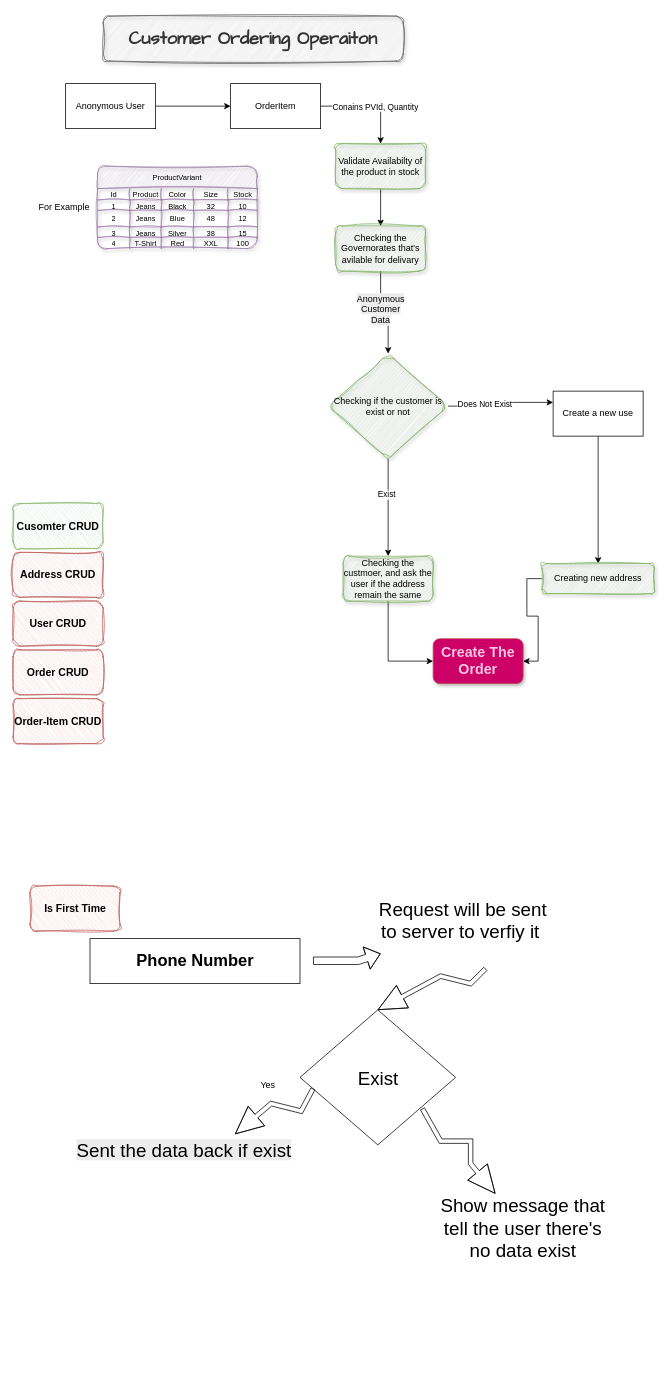
MustaphaAlaa/Kemet keeps this draw.io diagram as page "Page-8" (8 of 8) of Kemet.drawio. Above is the earlier version. Source tidied: cells renumbered, new cells numbered last; positions are measured from the earlier drawing's top-left corner, leaving out a move shared by most shapes. Both pictures are drawn from the tidied source at 75%, with x=0, y=0 at pixel (13, 16).
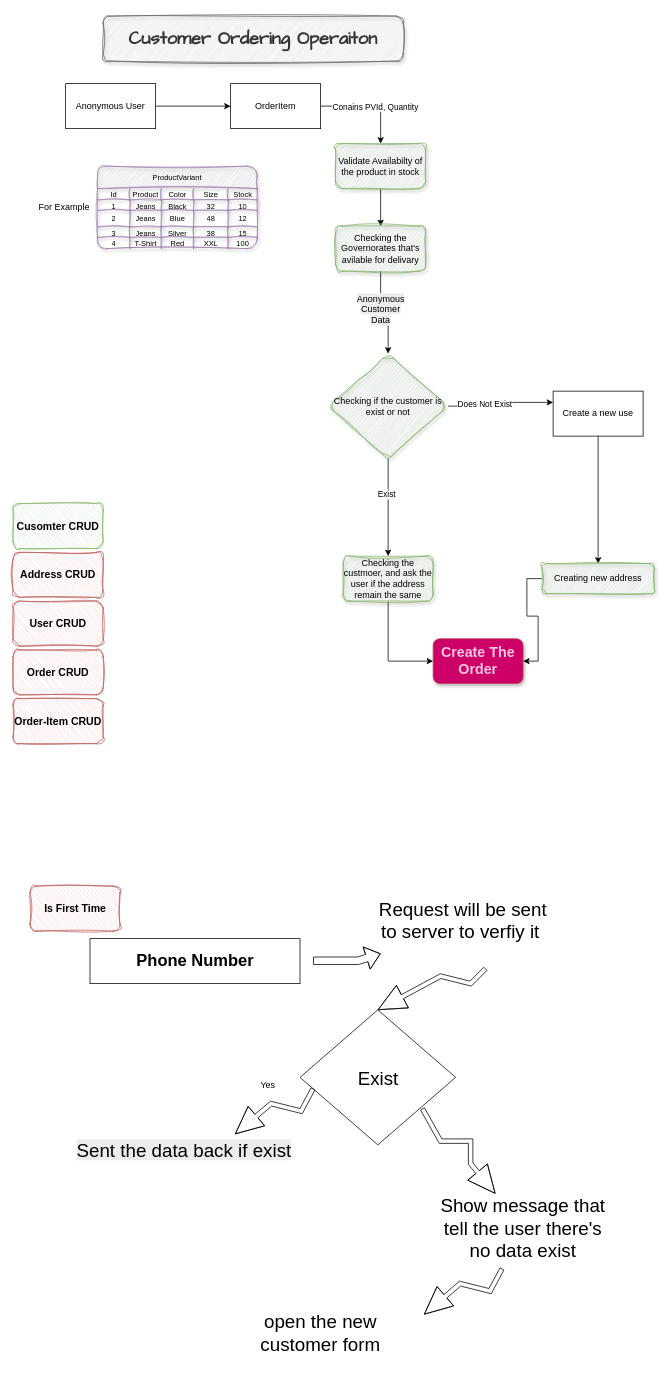
After the change.

Change to the diagram source:
```diff
@@
+    <mxCell id="73" style="shape=flexArrow;endArrow=classic;html=1;rounded=0;width=6;endSize=11.91;endWidth=27;entryX=0.667;entryY=0.012;entryDx=0;entryDy=0;entryPerimeter=0;exitX=0.084;exitY=0.583;exitDx=0;exitDy=0;exitPerimeter=0;" parent="1" edge="1">
+      <mxGeometry relative="1" as="geometry">
+        <mxPoint x="652" y="1670" as="sourcePoint" />
+        <mxPoint x="548" y="1731" as="targetPoint" />
+        <Array as="points">
+          <mxPoint x="636" y="1700" />
+          <mxPoint x="596" y="1690" />
+        </Array>
+      </mxGeometry>
+    </mxCell>
+    <mxCell id="74" value="&lt;span style=&quot;font-size: 25px;&quot;&gt;open the new customer form&lt;/span&gt;" style="text;html=1;align=center;verticalAlign=middle;whiteSpace=wrap;rounded=0;" parent="1" vertex="1">
+      <mxGeometry x="290" y="1710" width="240" height="90" as="geometry" />
+    </mxCell>
```
